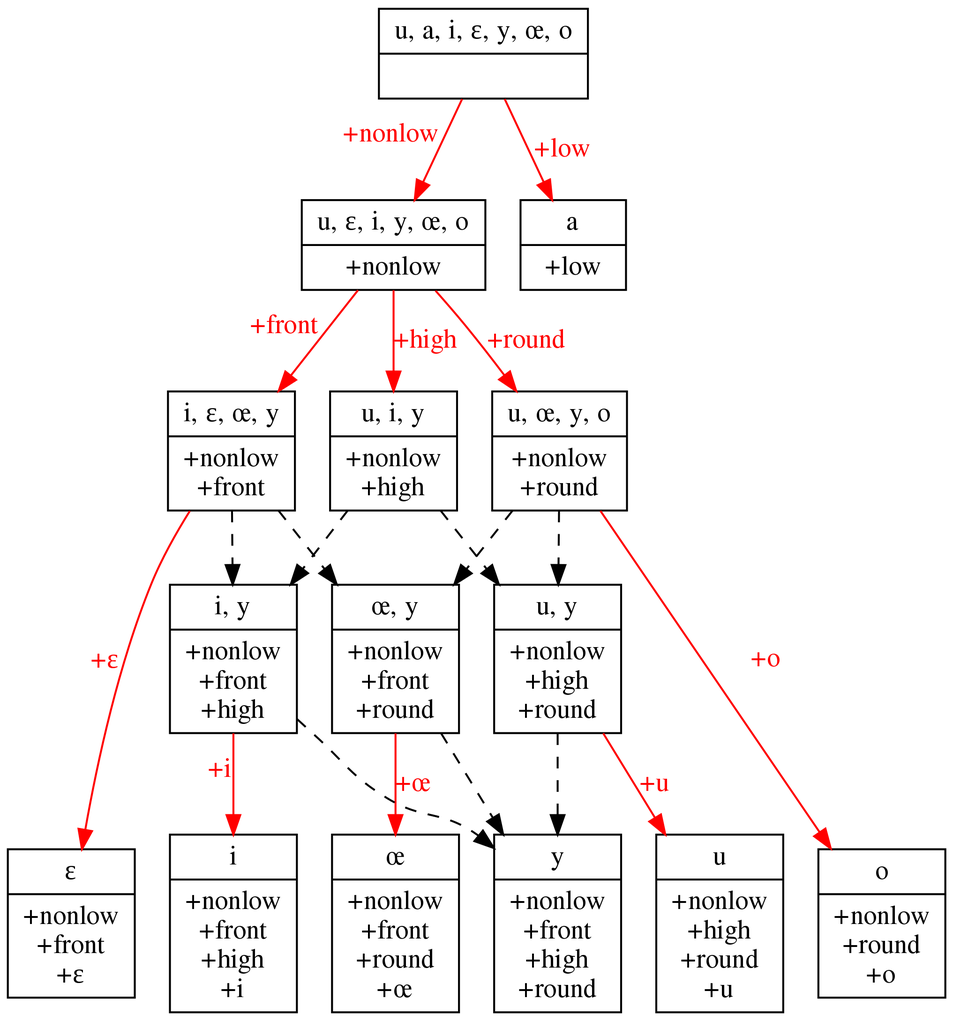
Earlier version of the Graphviz export squib/diagrams/vowel_inventory_privative.png (rdaland/Pheatures). Its source is kept beside it as squib/diagrams/vowel_inventory_privative.gv.
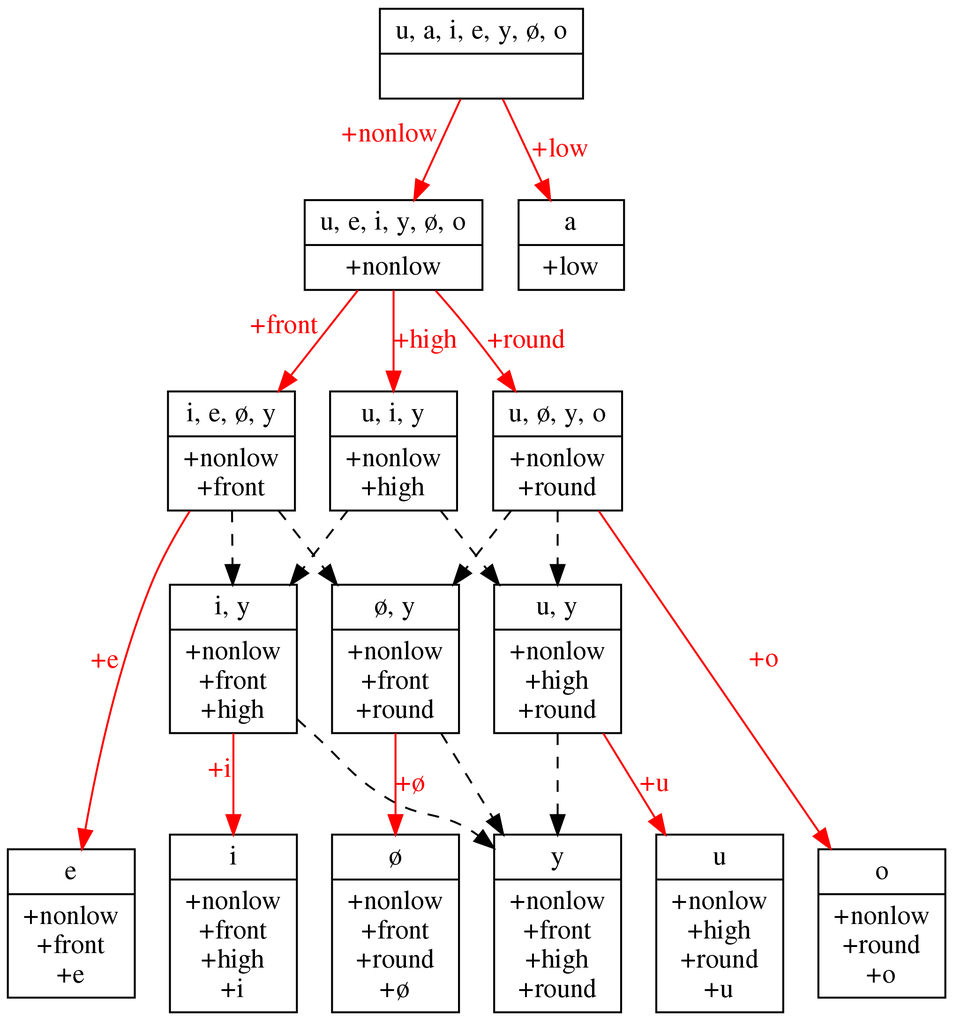
Above is the later version.

Change to the diagram source:
```diff
@@ -1,18 +1,18 @@
 digraph {
 	graph [ dpi = 300 ];
-	0 [label="{<segs> u, a, i, ɛ, y, œ, o |<feats>  }",shape=record]
-	1 [label="{<segs> u, ɛ, i, y, œ, o |<feats> +nonlow }",shape=record]
-	2 [label="{<segs> i, ɛ, œ, y |<feats> +nonlow\n+front }",shape=record]
-	3 [label="{<segs> u, œ, y, o |<feats> +nonlow\n+round }",shape=record]
+	0 [label="{<segs> u, a, i, e, y, ø, o |<feats>  }",shape=record]
+	1 [label="{<segs> u, e, i, y, ø, o |<feats> +nonlow }",shape=record]
+	2 [label="{<segs> i, e, ø, y |<feats> +nonlow\n+front }",shape=record]
+	3 [label="{<segs> u, ø, y, o |<feats> +nonlow\n+round }",shape=record]
 	4 [label="{<segs> u, i, y |<feats> +nonlow\n+high }",shape=record]
 	5 [label="{<segs> i |<feats> +nonlow\n+front\n+high\n+i }",shape=record]
 	6 [label="{<segs> y |<feats> +nonlow\n+front\n+high\n+round }",shape=record]
 	7 [label="{<segs> u |<feats> +nonlow\n+high\n+round\n+u }",shape=record]
-	8 [label="{<segs> ɛ |<feats> +nonlow\n+front\n+ɛ }",shape=record]
-	9 [label="{<segs> œ |<feats> +nonlow\n+front\n+round\n+œ }",shape=record]
+	8 [label="{<segs> e |<feats> +nonlow\n+front\n+e }",shape=record]
+	9 [label="{<segs> ø |<feats> +nonlow\n+front\n+round\n+ø }",shape=record]
 	10 [label="{<segs> o |<feats> +nonlow\n+round\n+o }",shape=record]
 	11 [label="{<segs> a |<feats> +low }",shape=record]
-	12 [label="{<segs> œ, y |<feats> +nonlow\n+front\n+round }",shape=record]
+	12 [label="{<segs> ø, y |<feats> +nonlow\n+front\n+round }",shape=record]
 	13 [label="{<segs> i, y |<feats> +nonlow\n+front\n+high }",shape=record]
 	14 [label="{<segs> u, y |<feats> +nonlow\n+high\n+round }",shape=record]
 
@@ -24,10 +24,10 @@
 	{2 3} -> 12 [style=dashed]
 	{3 4} -> 14 [style=dashed]
 	{2 4} -> 13 [style=dashed]
-	2 -> 8 [xlabel="+ɛ",fontcolor=red,color=red]
+	2 -> 8 [xlabel="+e",fontcolor=red,color=red]
 	3 -> 10[label="+o",fontcolor=red,color=red]
 	{12 13 14} -> 6 [style=dashed]
-	12 -> 9 [label="+œ",fontcolor=red,color=red]
+	12 -> 9 [label="+ø",fontcolor=red,color=red]
 	13 -> 5 [xlabel="+i",fontcolor=red,color=red]
 	14 -> 7 [label="+u",fontcolor=red,color=red]
 {rank=same; 5 6 7 8 9 10}
```
